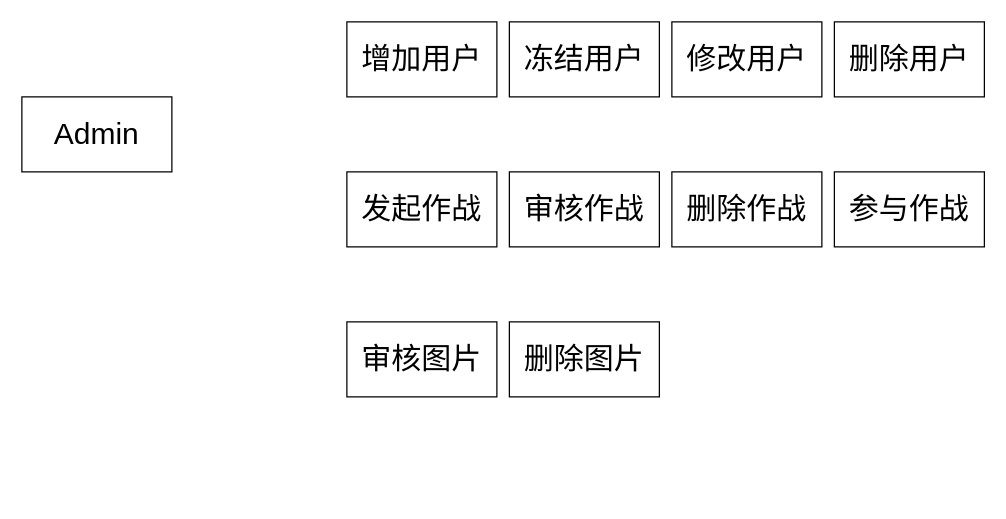
Above: page "Admin" (4 of 5) of gif.drawio in goldmine/base (draw.io), before the change. Source tidied: cells renumbered, new cells numbered last; positions are measured from the earlier drawing's top-left corner, leaving out a move shared by most shapes. Both pictures are drawn from the tidied source at 125%, with x=0, y=0 at pixel (21, 21).
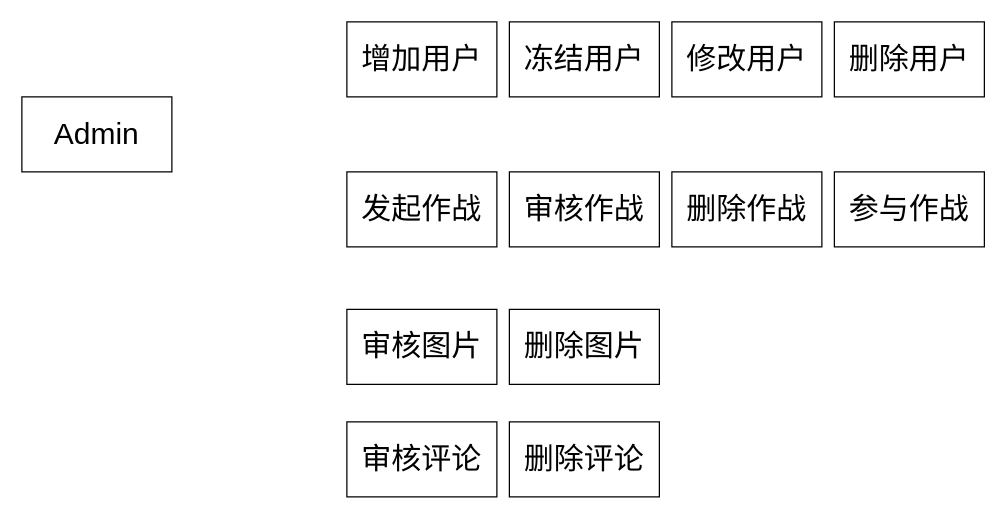
Above is the later version.

Change to the diagram source:
```diff
@@
 <mxGraphModel>
   <root>
     <mxCell id="0" />
     <mxCell id="1" parent="0" />
     <mxCell id="2" value="Admin" style="rounded=0;whiteSpace=wrap;html=1;fontSize=24;" parent="1" vertex="1">
       <mxGeometry y="60" width="120" height="60" as="geometry" />
     </mxCell>
     <mxCell id="3" value="增加用户" style="rounded=0;whiteSpace=wrap;html=1;fontSize=24;" parent="1" vertex="1">
       <mxGeometry x="260" width="120" height="60" as="geometry" />
     </mxCell>
     <mxCell id="4" value="冻结用户" style="rounded=0;whiteSpace=wrap;html=1;fontSize=24;" parent="1" vertex="1">
       <mxGeometry x="390" width="120" height="60" as="geometry" />
     </mxCell>
     <mxCell id="5" value="发起作战" style="rounded=0;whiteSpace=wrap;html=1;fontSize=24;" parent="1" vertex="1">
       <mxGeometry x="260" y="120" width="120" height="60" as="geometry" />
     </mxCell>
     <mxCell id="6" value="修改用户" style="rounded=0;whiteSpace=wrap;html=1;fontSize=24;" parent="1" vertex="1">
       <mxGeometry x="520" width="120" height="60" as="geometry" />
     </mxCell>
     <mxCell id="7" value="删除用户" style="rounded=0;whiteSpace=wrap;html=1;fontSize=24;" parent="1" vertex="1">
       <mxGeometry x="650" width="120" height="60" as="geometry" />
     </mxCell>
     <mxCell id="8" value="审核作战" style="rounded=0;whiteSpace=wrap;html=1;fontSize=24;" parent="1" vertex="1">
       <mxGeometry x="390" y="120" width="120" height="60" as="geometry" />
     </mxCell>
     <mxCell id="9" value="删除作战" style="rounded=0;whiteSpace=wrap;html=1;fontSize=24;" parent="1" vertex="1">
       <mxGeometry x="520" y="120" width="120" height="60" as="geometry" />
     </mxCell>
     <mxCell id="10" value="参与作战" style="rounded=0;whiteSpace=wrap;html=1;fontSize=24;" parent="1" vertex="1">
       <mxGeometry x="650" y="120" width="120" height="60" as="geometry" />
     </mxCell>
     <mxCell id="11" value="审核图片" style="rounded=0;whiteSpace=wrap;html=1;fontSize=24;" parent="1" vertex="1">
-      <mxGeometry x="260" y="240" width="120" height="60" as="geometry" />
+      <mxGeometry x="260" y="230" width="120" height="60" as="geometry" />
     </mxCell>
     <mxCell id="12" value="删除图片" style="rounded=0;whiteSpace=wrap;html=1;fontSize=24;" parent="1" vertex="1">
-      <mxGeometry x="390" y="240" width="120" height="60" as="geometry" />
+      <mxGeometry x="390" y="230" width="120" height="60" as="geometry" />
     </mxCell>
+    <mxCell id="13" value="审核评论" style="rounded=0;whiteSpace=wrap;html=1;fontSize=24;" parent="1" vertex="1">
+      <mxGeometry x="260" y="320" width="120" height="60" as="geometry" />
+    </mxCell>
+    <mxCell id="14" value="删除评论" style="rounded=0;whiteSpace=wrap;html=1;fontSize=24;" parent="1" vertex="1">
+      <mxGeometry x="390" y="320" width="120" height="60" as="geometry" />
+    </mxCell>
   </root>
 </mxGraphModel>
```
